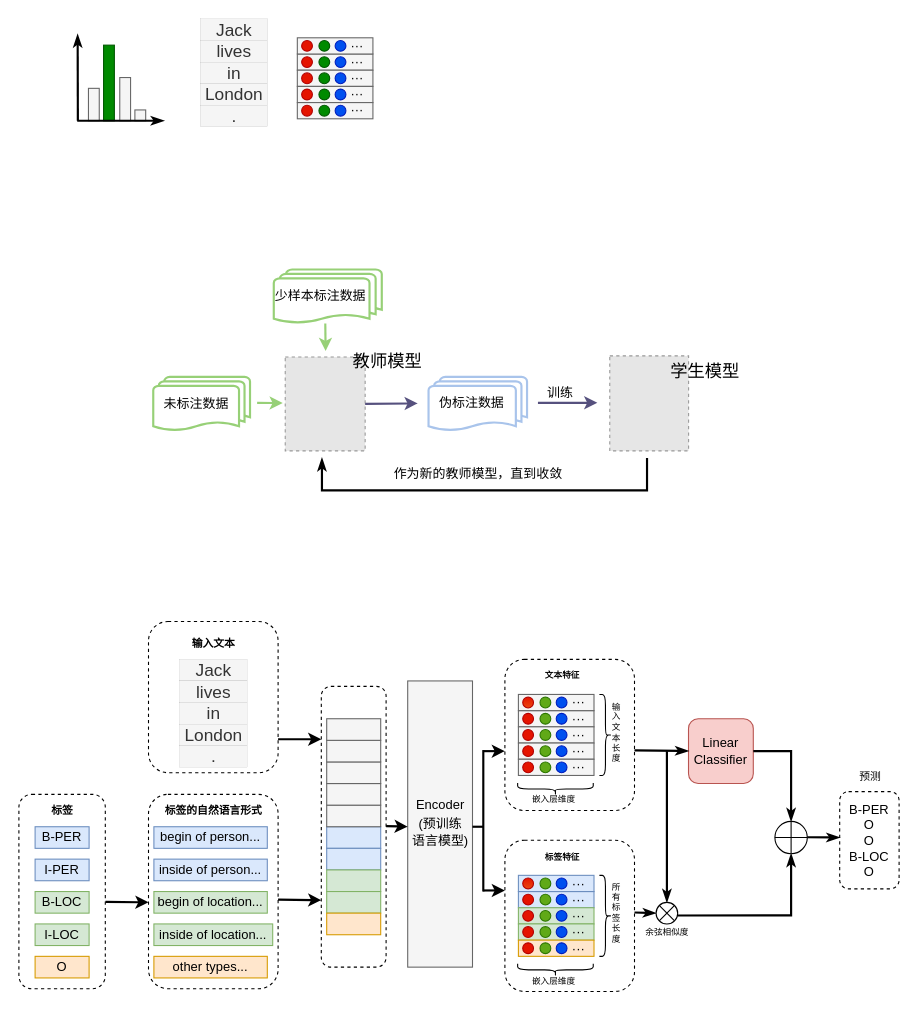
This is drawio/基于提示和自训练.drawio from Ryan-xsh/first, a draw.io file, before an edit. Source tidied: cells renumbered, new cells numbered last; positions are measured from the earlier drawing's top-left corner, leaving out a move shared by most shapes. Both pictures are drawn from the tidied source at 108%, with x=0, y=0 at pixel (18, 18). Pictures stored in the file or linked from it are replaced by grey dashed boxes.
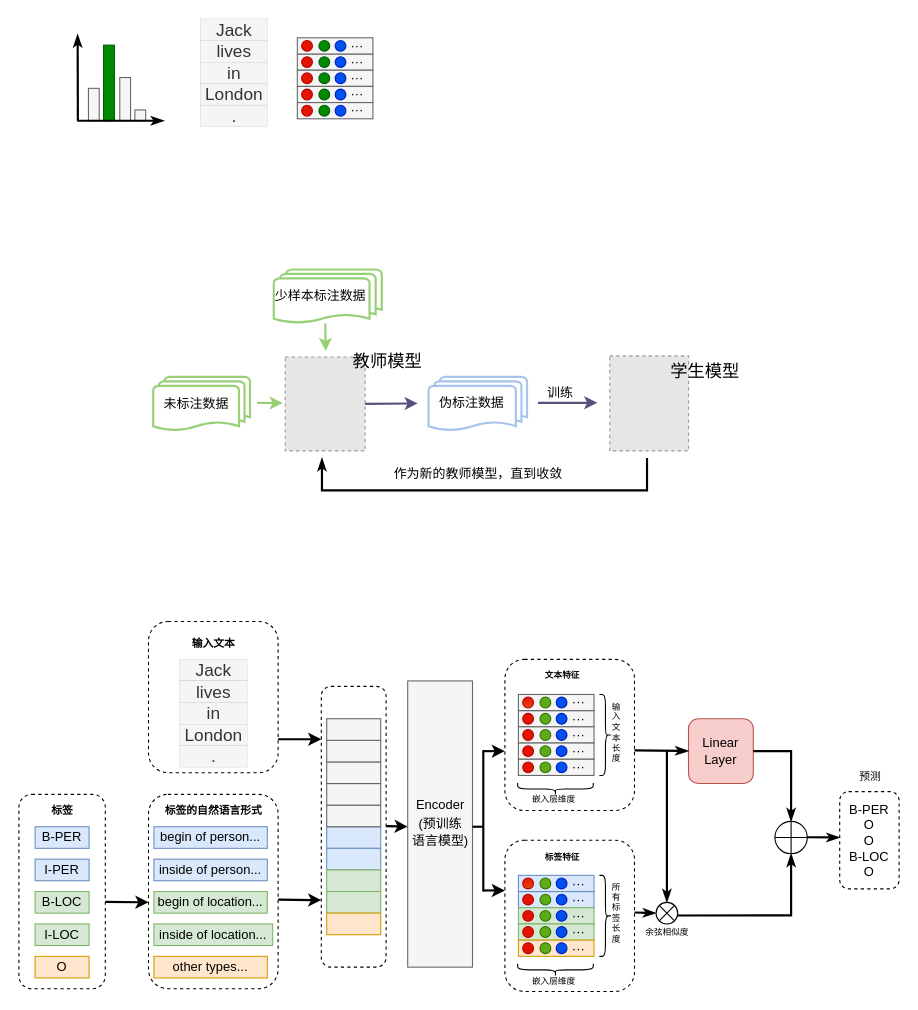
Above is the later version.

Commit message:
更新基于提示和自训练.drawio

The edit, as a diff of the source:
```diff
@@
-    <mxCell id="141" value="Linear Classifier" style="rounded=1;whiteSpace=wrap;html=1;fillColor=#f8cecc;strokeColor=#b85450;" parent="1" vertex="1">
+    <mxCell id="141" value="Linear Layer" style="rounded=1;whiteSpace=wrap;html=1;fillColor=#f8cecc;strokeColor=#b85450;" parent="1" vertex="1">
       <mxGeometry x="620" y="648" width="60" height="60" as="geometry" />
     </mxCell>
```
